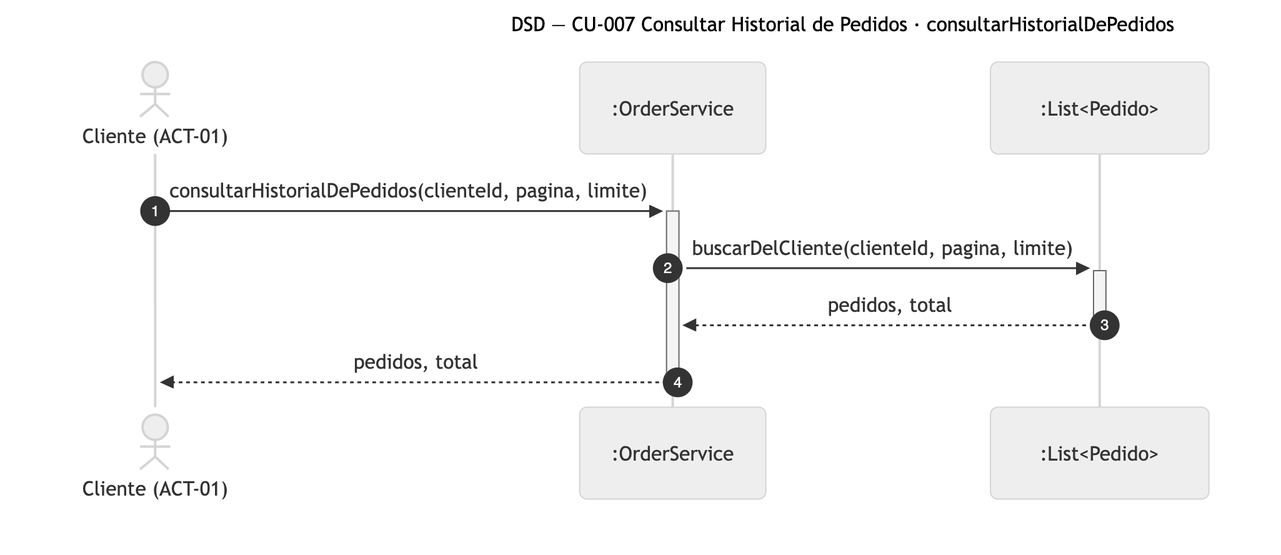
Nahuelito-Dev/splg-docs keeps this Mermaid diagram as diagramas/png/DSD_CU-007_consultarHistorialDePedidos.png. Above is the earlier version. Its source is kept beside it as diagramas/DSD_CU-007_consultarHistorialDePedidos.mmd.
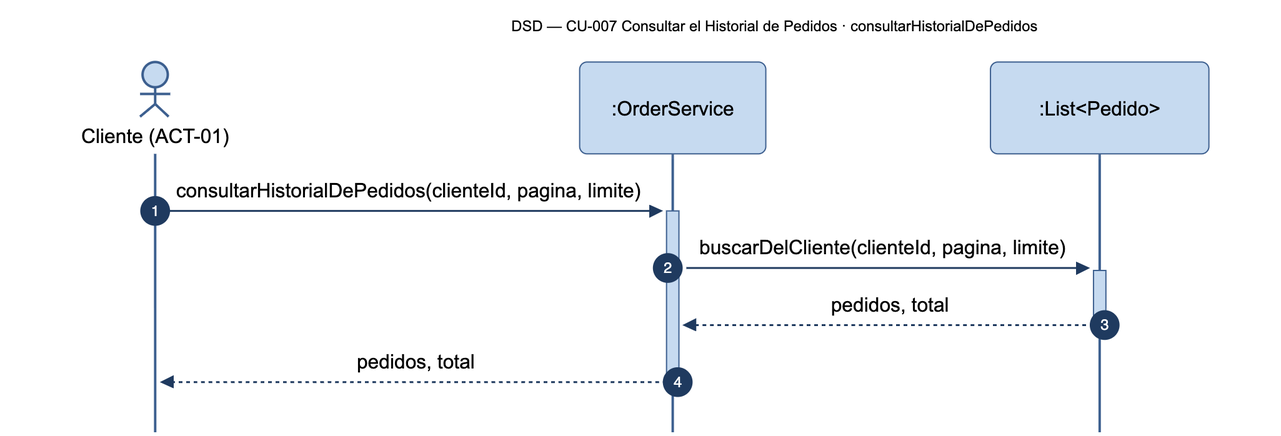
After the change.

Diff of the diagram source:
```diff
@@ -1,5 +1,5 @@
 sequenceDiagram
-    title DSD — CU-007 Consultar Historial de Pedidos · consultarHistorialDePedidos
+    title DSD — CU-007 Consultar el Historial de Pedidos · consultarHistorialDePedidos
     autonumber
     actor CLI as Cliente (ACT-01)
     participant SRV as :OrderService
```
